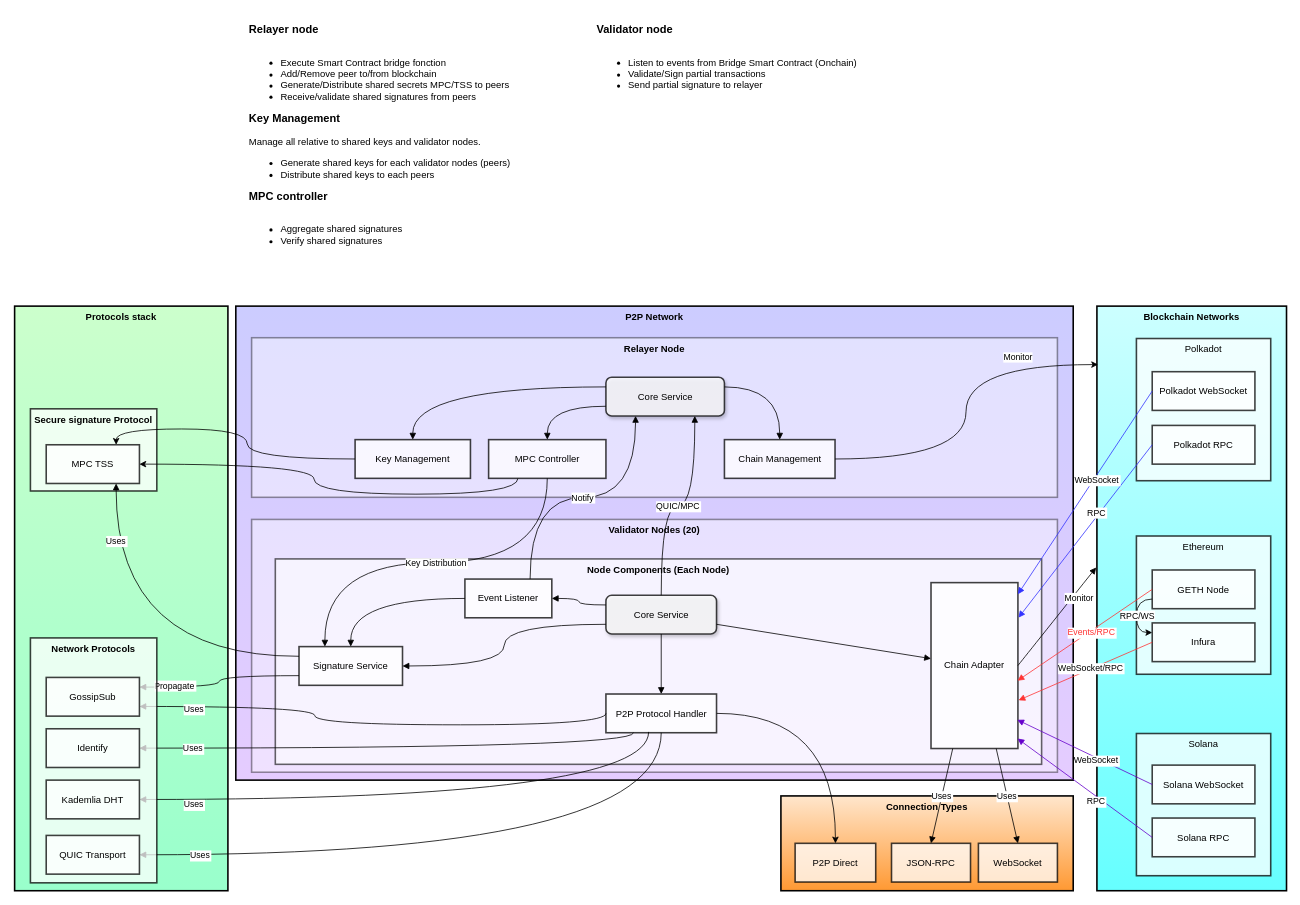
This is page "detail archi" (2 of 5) of drawio/bridge_global_architecture.drawio from chaincraft-labs/bridge-doc, a draw.io file, before an edit. Source tidied: cells renumbered, new cells numbered last; positions are measured from the earlier drawing's top-left corner, leaving out a move shared by most shapes. Both pictures are drawn from the tidied source at 79%, with x=0, y=0 at pixel (14, 13).
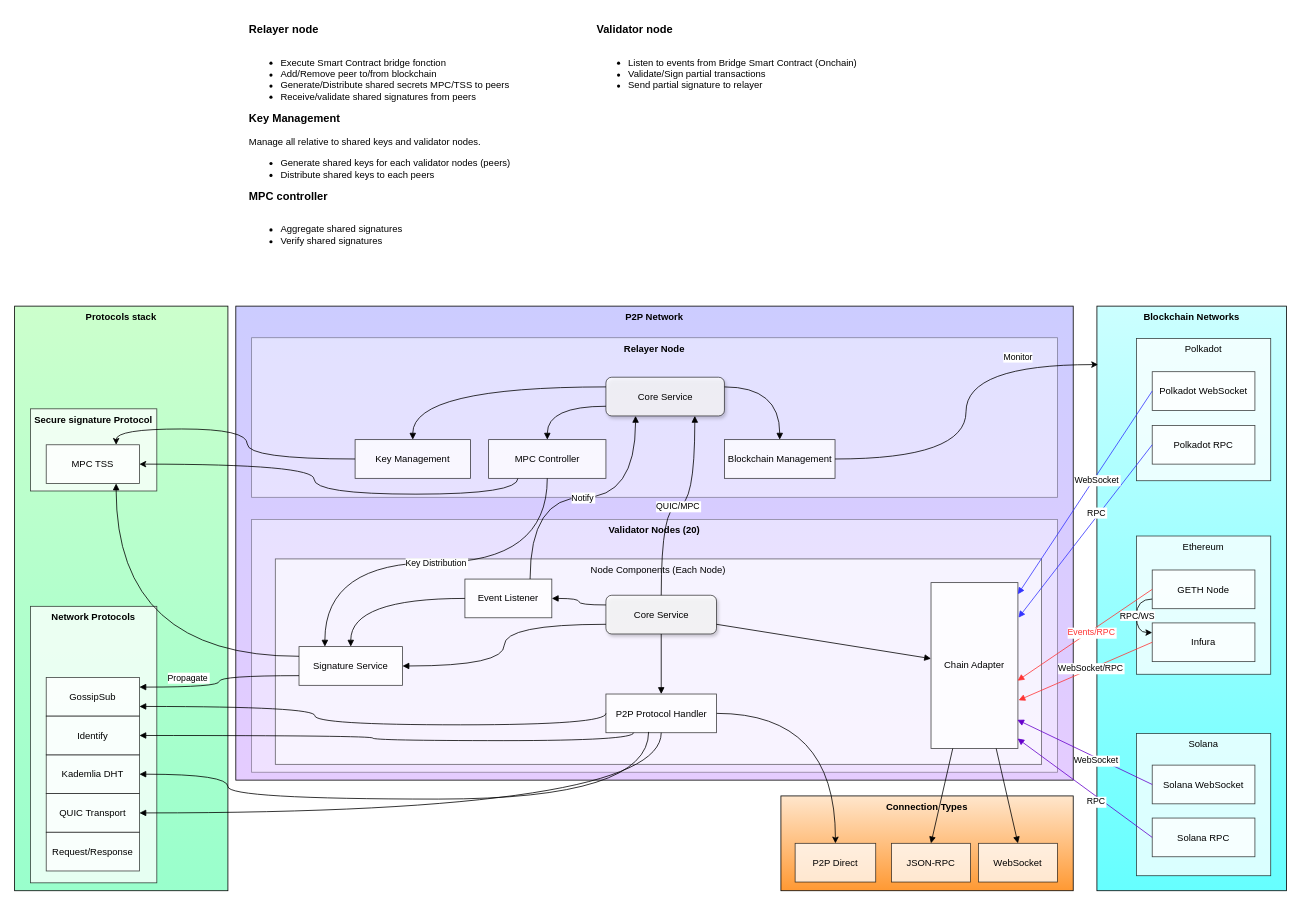
Above is the later version.

Diff of the diagram source:
```diff
@@
-    <mxCell id="2" value="Protocols stack" style="whiteSpace=wrap;strokeWidth=2;verticalAlign=top;gradientColor=#99FFCC;fillColor=#CCFFCC;fontStyle=1;" parent="1" vertex="1">
+    <mxCell id="2" value="Protocols stack" style="whiteSpace=wrap;strokeWidth=1;verticalAlign=top;gradientColor=#99FFCC;fillColor=#CCFFCC;fontStyle=1;" parent="1" vertex="1">
       <mxGeometry y="370" width="270" height="740" as="geometry" />
     </mxCell>
+    <mxCell id="66" value="Network Protocols" style="whiteSpace=wrap;strokeWidth=1;verticalAlign=top;opacity=75;fontStyle=1;" parent="1" vertex="1">
+      <mxGeometry x="20" y="750" width="160" height="350" as="geometry" />
+    </mxCell>
-    <mxCell id="3" value="Secure signature Protocol" style="whiteSpace=wrap;strokeWidth=2;verticalAlign=top;opacity=75;fontStyle=1;" parent="1" vertex="1">
+    <mxCell id="3" value="Secure signature Protocol" style="whiteSpace=wrap;strokeWidth=1;verticalAlign=top;opacity=75;fontStyle=1;" parent="1" vertex="1">
       <mxGeometry x="20" y="500" width="160" height="104" as="geometry" />
     </mxCell>
-    <mxCell id="4" value="Connection Types" style="whiteSpace=wrap;strokeWidth=2;verticalAlign=top;gradientColor=#FF9933;fillColor=#FFE6CC;fontStyle=1;" parent="1" vertex="1">
+    <mxCell id="4" value="Connection Types" style="whiteSpace=wrap;strokeWidth=1;verticalAlign=top;gradientColor=#FF9933;fillColor=#FFE6CC;fontStyle=1;" parent="1" vertex="1">
       <mxGeometry x="970" y="990" width="370" height="120" as="geometry" />
     </mxCell>
-    <mxCell id="5" value="P2P Network" style="whiteSpace=wrap;strokeWidth=2;verticalAlign=top;gradientColor=#E5CCFF;fillColor=#CCCCFF;fontStyle=1;" parent="1" vertex="1">
+    <mxCell id="5" value="P2P Network" style="whiteSpace=wrap;strokeWidth=1;verticalAlign=top;gradientColor=#E5CCFF;fillColor=#CCCCFF;fontStyle=1;" parent="1" vertex="1">
       <mxGeometry x="280" y="370" width="1060" height="600" as="geometry" />
     </mxCell>
-    <mxCell id="6" value="Validator Nodes (20)" style="whiteSpace=wrap;strokeWidth=2;verticalAlign=top;fillColor=#FFFFFF;gradientColor=none;opacity=40;fontStyle=1;" parent="1" vertex="1">
+    <mxCell id="6" value="Validator Nodes (20)" style="whiteSpace=wrap;strokeWidth=1;verticalAlign=top;fillColor=#FFFFFF;gradientColor=none;opacity=40;fontStyle=1;" parent="1" vertex="1">
       <mxGeometry x="300" y="640" width="1020" height="320" as="geometry" />
     </mxCell>
-    <mxCell id="7" value="Node Components (Each Node)" style="whiteSpace=wrap;strokeWidth=2;verticalAlign=top;opacity=60;fontStyle=1;" parent="1" vertex="1">
+    <mxCell id="7" value="Node Components (Each Node)" style="whiteSpace=wrap;strokeWidth=1;verticalAlign=top;opacity=60;fontStyle=0;" parent="1" vertex="1">
       <mxGeometry x="330" y="690" width="970" height="260" as="geometry" />
     </mxCell>
-    <mxCell id="8" value="Relayer Node" style="whiteSpace=wrap;strokeWidth=2;verticalAlign=top;gradientColor=none;fillColor=default;opacity=40;fontStyle=1;" parent="1" vertex="1">
+    <mxCell id="8" value="Relayer Node" style="whiteSpace=wrap;strokeWidth=1;verticalAlign=top;gradientColor=none;fillColor=default;opacity=40;fontStyle=1;" parent="1" vertex="1">
       <mxGeometry x="300" y="410" width="1020" height="202" as="geometry" />
     </mxCell>
-    <mxCell id="9" value="Blockchain Networks" style="whiteSpace=wrap;strokeWidth=2;verticalAlign=top;gradientColor=#66FFFF;fillColor=#CCFFFF;fontStyle=1;" parent="1" vertex="1">
+    <mxCell id="9" value="Blockchain Networks" style="whiteSpace=wrap;strokeWidth=1;verticalAlign=top;gradientColor=#66FFFF;fillColor=#CCFFFF;fontStyle=1;" parent="1" vertex="1">
       <mxGeometry x="1370" y="370" width="240" height="740" as="geometry" />
     </mxCell>
-    <mxCell id="10" value="Solana" style="whiteSpace=wrap;strokeWidth=2;verticalAlign=top;opacity=75;" parent="1" vertex="1">
+    <mxCell id="10" value="Solana" style="whiteSpace=wrap;strokeWidth=1;verticalAlign=top;opacity=75;" parent="1" vertex="1">
       <mxGeometry x="1420" y="911" width="170" height="180" as="geometry" />
     </mxCell>
-    <mxCell id="11" value="Polkadot" style="whiteSpace=wrap;strokeWidth=2;verticalAlign=top;opacity=75;" parent="1" vertex="1">
+    <mxCell id="11" value="Polkadot" style="whiteSpace=wrap;strokeWidth=1;verticalAlign=top;opacity=75;" parent="1" vertex="1">
       <mxGeometry x="1420" y="411" width="170" height="180" as="geometry" />
     </mxCell>
-    <mxCell id="12" value="Ethereum" style="whiteSpace=wrap;strokeWidth=2;verticalAlign=top;opacity=75;" parent="1" vertex="1">
+    <mxCell id="12" value="Ethereum" style="whiteSpace=wrap;strokeWidth=1;verticalAlign=top;opacity=75;" parent="1" vertex="1">
       <mxGeometry x="1420" y="661" width="170" height="175" as="geometry" />
     </mxCell>
@@
-    <mxCell id="15" value="GETH Node" style="whiteSpace=wrap;strokeWidth=2;opacity=75;" parent="1" vertex="1">
+    <mxCell id="15" value="GETH Node" style="whiteSpace=wrap;strokeWidth=1;opacity=75;" parent="1" vertex="1">
       <mxGeometry x="1440" y="704" width="130" height="49" as="geometry" />
     </mxCell>
-    <mxCell id="16" value="Infura" style="whiteSpace=wrap;strokeWidth=2;opacity=75;" parent="1" vertex="1">
+    <mxCell id="16" value="Infura" style="whiteSpace=wrap;strokeWidth=1;opacity=75;" parent="1" vertex="1">
       <mxGeometry x="1440" y="771" width="130" height="49" as="geometry" />
     </mxCell>
-    <mxCell id="17" value="Polkadot RPC" style="whiteSpace=wrap;strokeWidth=2;opacity=75;" parent="1" vertex="1">
+    <mxCell id="17" value="Polkadot RPC" style="whiteSpace=wrap;strokeWidth=1;opacity=75;" parent="1" vertex="1">
       <mxGeometry x="1440" y="521" width="130" height="49" as="geometry" />
     </mxCell>
-    <mxCell id="18" value="Polkadot WebSocket" style="whiteSpace=wrap;strokeWidth=2;opacity=75;" parent="1" vertex="1">
+    <mxCell id="18" value="Polkadot WebSocket" style="whiteSpace=wrap;strokeWidth=1;opacity=75;" parent="1" vertex="1">
       <mxGeometry x="1440" y="453" width="130" height="49" as="geometry" />
     </mxCell>
-    <mxCell id="19" value="Solana RPC" style="whiteSpace=wrap;strokeWidth=2;opacity=75;" parent="1" vertex="1">
+    <mxCell id="19" value="Solana RPC" style="whiteSpace=wrap;strokeWidth=1;opacity=75;" parent="1" vertex="1">
       <mxGeometry x="1440" y="1018" width="130" height="49" as="geometry" />
     </mxCell>
-    <mxCell id="20" value="Solana WebSocket" style="whiteSpace=wrap;strokeWidth=2;opacity=75;" parent="1" vertex="1">
+    <mxCell id="20" value="Solana WebSocket" style="whiteSpace=wrap;strokeWidth=1;opacity=75;" parent="1" vertex="1">
       <mxGeometry x="1440" y="951" width="130" height="49" as="geometry" />
     </mxCell>
-    <mxCell id="21" value="Core Service" style="whiteSpace=wrap;strokeWidth=2;opacity=75;strokeColor=default;align=center;verticalAlign=middle;fontFamily=Helvetica;fontSize=12;fontColor=default;fillColor=default;gradientColor=none;rounded=1;shadow=1;" parent="1" vertex="1">
+    <mxCell id="21" value="Core Service" style="whiteSpace=wrap;strokeWidth=1;opacity=75;strokeColor=default;align=center;verticalAlign=middle;fontFamily=Helvetica;fontSize=12;fontColor=default;fillColor=default;gradientColor=none;rounded=1;shadow=1;" parent="1" vertex="1">
       <mxGeometry x="748.5" y="460" width="150" height="49" as="geometry" />
     </mxCell>
@@
-    <mxCell id="23" value="MPC Controller" style="whiteSpace=wrap;strokeWidth=2;opacity=75;" parent="1" vertex="1">
+    <mxCell id="23" value="MPC Controller" style="whiteSpace=wrap;strokeWidth=1;opacity=75;" parent="1" vertex="1">
       <mxGeometry x="600" y="539" width="148.5" height="49" as="geometry" />
     </mxCell>
@@
-    <mxCell id="25" value="Key Management" style="whiteSpace=wrap;strokeWidth=2;opacity=75;" parent="1" vertex="1">
+    <mxCell id="25" value="Key Management" style="whiteSpace=wrap;strokeWidth=1;opacity=75;" parent="1" vertex="1">
       <mxGeometry x="431" y="539" width="146" height="49" as="geometry" />
     </mxCell>
@@
-    <mxCell id="28" value="Chain Management" style="whiteSpace=wrap;strokeWidth=2;opacity=75;" parent="1" vertex="1">
+    <mxCell id="28" value="Blockchain Management" style="whiteSpace=wrap;strokeWidth=1;opacity=75;" parent="1" vertex="1">
       <mxGeometry x="898.5" y="539" width="140" height="49" as="geometry" />
     </mxCell>
-    <mxCell id="29" value="Core Service" style="whiteSpace=wrap;strokeWidth=2;fillColor=default;strokeColor=default;align=center;verticalAlign=middle;fontFamily=Helvetica;fontSize=12;fontColor=default;gradientColor=none;opacity=75;shadow=1;glass=0;rounded=1;" parent="1" vertex="1">
+    <mxCell id="29" value="Core Service" style="whiteSpace=wrap;strokeWidth=1;fillColor=default;strokeColor=default;align=center;verticalAlign=middle;fontFamily=Helvetica;fontSize=12;fontColor=default;gradientColor=none;opacity=75;shadow=1;glass=0;rounded=1;" parent="1" vertex="1">
       <mxGeometry x="748.5" y="736" width="140" height="49" as="geometry" />
     </mxCell>
-    <mxCell id="30" value="Event Listener" style="whiteSpace=wrap;strokeWidth=2;opacity=75;" parent="1" vertex="1">
+    <mxCell id="30" value="Event Listener" style="whiteSpace=wrap;strokeWidth=1;opacity=75;" parent="1" vertex="1">
       <mxGeometry x="570" y="715.5" width="110" height="49" as="geometry" />
     </mxCell>
-    <mxCell id="31" value="Chain Adapter" style="whiteSpace=wrap;strokeWidth=2;opacity=75;" parent="1" vertex="1">
+    <mxCell id="31" value="Chain Adapter" style="whiteSpace=wrap;strokeWidth=1;opacity=75;" parent="1" vertex="1">
       <mxGeometry x="1160" y="720" width="110" height="210" as="geometry" />
     </mxCell>
@@
-    <mxCell id="33" value="P2P Protocol Handler" style="whiteSpace=wrap;strokeWidth=2;opacity=75;" parent="1" vertex="1">
+    <mxCell id="33" value="P2P Protocol Handler" style="whiteSpace=wrap;strokeWidth=1;opacity=75;" parent="1" vertex="1">
       <mxGeometry x="748.5" y="861" width="140" height="49" as="geometry" />
     </mxCell>
-    <mxCell id="34" value="WebSocket" style="whiteSpace=wrap;strokeWidth=2;opacity=75;" parent="1" vertex="1">
+    <mxCell id="34" value="WebSocket" style="whiteSpace=wrap;strokeWidth=1;opacity=75;" parent="1" vertex="1">
       <mxGeometry x="1220" y="1050" width="100" height="49" as="geometry" />
     </mxCell>
-    <mxCell id="35" value="JSON-RPC" style="whiteSpace=wrap;strokeWidth=2;opacity=75;" parent="1" vertex="1">
+    <mxCell id="35" value="JSON-RPC" style="whiteSpace=wrap;strokeWidth=1;opacity=75;" parent="1" vertex="1">
       <mxGeometry x="1110" y="1050" width="100" height="49" as="geometry" />
     </mxCell>
-    <mxCell id="36" value="P2P Direct" style="whiteSpace=wrap;strokeWidth=2;opacity=75;" parent="1" vertex="1">
+    <mxCell id="36" value="P2P Direct" style="whiteSpace=wrap;strokeWidth=1;opacity=75;" parent="1" vertex="1">
       <mxGeometry x="988" y="1050" width="102" height="49" as="geometry" />
     </mxCell>
@@
-    <mxCell id="50" value="Uses" style="startArrow=none;endArrow=block;rounded=0;exitX=0.386;exitY=0.979;exitDx=0;exitDy=0;exitPerimeter=0;edgeStyle=orthogonalEdgeStyle;curved=1;entryX=1;entryY=0.5;entryDx=0;entryDy=0;" parent="1" edge="1" source="33" target="68">
+    <mxCell id="50" style="startArrow=none;endArrow=block;rounded=0;exitX=0.386;exitY=0.979;exitDx=0;exitDy=0;exitPerimeter=0;edgeStyle=orthogonalEdgeStyle;curved=1;entryX=1;entryY=0.5;entryDx=0;entryDy=0;" parent="1" edge="1" source="33" target="68">
       <mxGeometry x="0.81" y="6" relative="1" as="geometry">
         <Array as="points">
-          <mxPoint x="802" y="994" />
+          <mxPoint x="803" y="994" />
+          <mxPoint x="270" y="994" />
+          <mxPoint x="270" y="963" />
         </Array>
       </mxGeometry>
     </mxCell>
-    <mxCell id="51" value="Uses" style="startArrow=none;endArrow=block;exitX=0;exitY=0.5;rounded=0;exitDx=0;exitDy=0;edgeStyle=orthogonalEdgeStyle;curved=1;entryX=1;entryY=0.75;entryDx=0;entryDy=0;" parent="1" edge="1" source="33" target="69">
+    <mxCell id="51" style="startArrow=none;endArrow=block;exitX=0;exitY=0.5;rounded=0;exitDx=0;exitDy=0;edgeStyle=orthogonalEdgeStyle;curved=1;entryX=1;entryY=0.75;entryDx=0;entryDy=0;" parent="1" edge="1" source="33" target="69">
       <mxGeometry x="0.78" y="3" relative="1" as="geometry">
         <Array as="points">
           <mxPoint x="748" y="900" />
           <mxPoint x="380" y="900" />
           <mxPoint x="380" y="877" />
         </Array>
       </mxGeometry>
     </mxCell>
-    <mxCell id="52" value="Uses" style="startArrow=none;endArrow=block;exitX=0.25;exitY=1;rounded=0;exitDx=0;exitDy=0;edgeStyle=orthogonalEdgeStyle;curved=1;entryX=1;entryY=0.5;entryDx=0;entryDy=0;" parent="1" edge="1" source="33" target="70">
+    <mxCell id="52" style="startArrow=none;endArrow=block;exitX=0.25;exitY=1;rounded=0;exitDx=0;exitDy=0;edgeStyle=orthogonalEdgeStyle;curved=1;entryX=1;entryY=0.5;entryDx=0;entryDy=0;" parent="1" edge="1" source="33" target="70">
       <mxGeometry x="0.79" relative="1" as="geometry" />
     </mxCell>
-    <mxCell id="53" value="Uses" style="startArrow=none;endArrow=block;rounded=0;entryX=0.75;entryY=1;entryDx=0;entryDy=0;edgeStyle=orthogonalEdgeStyle;curved=1;exitX=0;exitY=0.25;exitDx=0;exitDy=0;" parent="1" edge="1" source="63" target="71">
+    <mxCell id="53" style="startArrow=none;endArrow=block;rounded=0;entryX=0.75;entryY=1;entryDx=0;entryDy=0;edgeStyle=orthogonalEdgeStyle;curved=1;exitX=0;exitY=0.25;exitDx=0;exitDy=0;" parent="1" edge="1" source="63" target="71">
       <mxGeometry x="0.68" relative="1" as="geometry" />
     </mxCell>
-    <mxCell id="54" value="Uses" style="curved=1;startArrow=none;endArrow=block;exitX=0.5;exitY=0.98;rounded=0;edgeStyle=orthogonalEdgeStyle;entryX=1;entryY=0.5;entryDx=0;entryDy=0;" parent="1" edge="1" source="33" target="67">
+    <mxCell id="54" style="curved=1;startArrow=none;endArrow=block;exitX=0.5;exitY=0.98;rounded=0;edgeStyle=orthogonalEdgeStyle;entryX=1;entryY=0.5;entryDx=0;entryDy=0;" parent="1" edge="1" source="33" target="67">
       <mxGeometry x="0.81" relative="1" as="geometry" />
     </mxCell>
@@
     <mxCell id="57" value="Propagate" style="startArrow=none;endArrow=block;rounded=0;edgeStyle=orthogonalEdgeStyle;curved=1;entryX=1;entryY=0.25;entryDx=0;entryDy=0;exitX=0;exitY=0.75;exitDx=0;exitDy=0;" parent="1" edge="1" source="63" target="69">
-      <mxGeometry x="0.59" y="-2" relative="1" as="geometry" />
+      <mxGeometry x="0.43" y="-12" relative="1" as="geometry" />
     </mxCell>
@@
-    <mxCell id="59" value="Uses" style="startArrow=none;endArrow=block;exitX=0.75;exitY=1;entryX=0.5;entryY=-0.01;rounded=0;exitDx=0;exitDy=0;" parent="1" edge="1" source="31" target="34">
+    <mxCell id="59" style="startArrow=none;endArrow=block;exitX=0.75;exitY=1;entryX=0.5;entryY=-0.01;rounded=0;exitDx=0;exitDy=0;" parent="1" edge="1" source="31" target="34">
       <mxGeometry relative="1" as="geometry" />
     </mxCell>
-    <mxCell id="60" value="Uses" style="startArrow=none;endArrow=block;exitX=0.25;exitY=1;entryX=0.5;entryY=-0.01;rounded=0;exitDx=0;exitDy=0;" parent="1" edge="1" source="31" target="35">
+    <mxCell id="60" style="startArrow=none;endArrow=block;exitX=0.25;exitY=1;entryX=0.5;entryY=-0.01;rounded=0;exitDx=0;exitDy=0;" parent="1" edge="1" source="31" target="35">
       <mxGeometry relative="1" as="geometry" />
     </mxCell>
-    <mxCell id="61" value="Monitor" style="curved=1;startArrow=none;endArrow=block;rounded=0;exitX=1;exitY=0.5;exitDx=0;exitDy=0;entryX=-0.004;entryY=0.447;entryDx=0;entryDy=0;entryPerimeter=0;" parent="1" edge="1" source="31" target="9">
-      <mxGeometry x="0.46" y="-7" relative="1" as="geometry" />
-    </mxCell>
@@
-    <mxCell id="63" value="Signature Service" style="whiteSpace=wrap;strokeWidth=2;opacity=75;" parent="1" vertex="1">
+    <mxCell id="63" value="Signature Service" style="whiteSpace=wrap;strokeWidth=1;opacity=75;" parent="1" vertex="1">
       <mxGeometry x="360" y="801" width="131" height="49" as="geometry" />
     </mxCell>
@@
-    <mxCell id="66" value="Network Protocols" style="whiteSpace=wrap;strokeWidth=2;verticalAlign=top;opacity=75;fontStyle=1;" parent="1" vertex="1">
-      <mxGeometry x="20" y="790" width="160" height="310" as="geometry" />
-    </mxCell>
-    <mxCell id="67" value="QUIC Transport" style="whiteSpace=wrap;strokeWidth=2;opacity=75;" parent="1" vertex="1">
-      <mxGeometry x="40" y="1040" width="118" height="49" as="geometry" />
+    <mxCell id="67" value="QUIC Transport" style="whiteSpace=wrap;strokeWidth=1;opacity=75;" parent="1" vertex="1">
+      <mxGeometry x="40" y="987" width="118" height="49" as="geometry" />
     </mxCell>
-    <mxCell id="68" value="Kademlia DHT" style="whiteSpace=wrap;strokeWidth=2;opacity=75;" parent="1" vertex="1">
-      <mxGeometry x="40" y="970" width="118" height="49" as="geometry" />
+    <mxCell id="68" value="Kademlia DHT" style="whiteSpace=wrap;strokeWidth=1;opacity=75;" parent="1" vertex="1">
+      <mxGeometry x="40" y="938" width="118" height="49" as="geometry" />
     </mxCell>
-    <mxCell id="69" value="GossipSub" style="whiteSpace=wrap;strokeWidth=2;opacity=75;" parent="1" vertex="1">
+    <mxCell id="69" value="GossipSub" style="whiteSpace=wrap;strokeWidth=1;opacity=75;" parent="1" vertex="1">
       <mxGeometry x="40" y="840" width="118" height="49" as="geometry" />
     </mxCell>
-    <mxCell id="70" value="Identify" style="whiteSpace=wrap;strokeWidth=2;opacity=75;" parent="1" vertex="1">
-      <mxGeometry x="40" y="905" width="118" height="49" as="geometry" />
+    <mxCell id="70" value="Identify" style="whiteSpace=wrap;strokeWidth=1;opacity=75;" parent="1" vertex="1">
+      <mxGeometry x="40" y="889" width="118" height="49" as="geometry" />
     </mxCell>
-    <mxCell id="71" value="MPC TSS" style="whiteSpace=wrap;strokeWidth=2;opacity=75;" parent="1" vertex="1">
+    <mxCell id="71" value="MPC TSS" style="whiteSpace=wrap;strokeWidth=1;opacity=75;" parent="1" vertex="1">
       <mxGeometry x="40" y="545.5" width="118" height="49" as="geometry" />
     </mxCell>
+    <mxCell id="72" value="Request/Response" style="whiteSpace=wrap;strokeWidth=1;opacity=75;" parent="1" vertex="1">
+      <mxGeometry x="40" y="1036" width="118" height="49" as="geometry" />
+    </mxCell>
```
